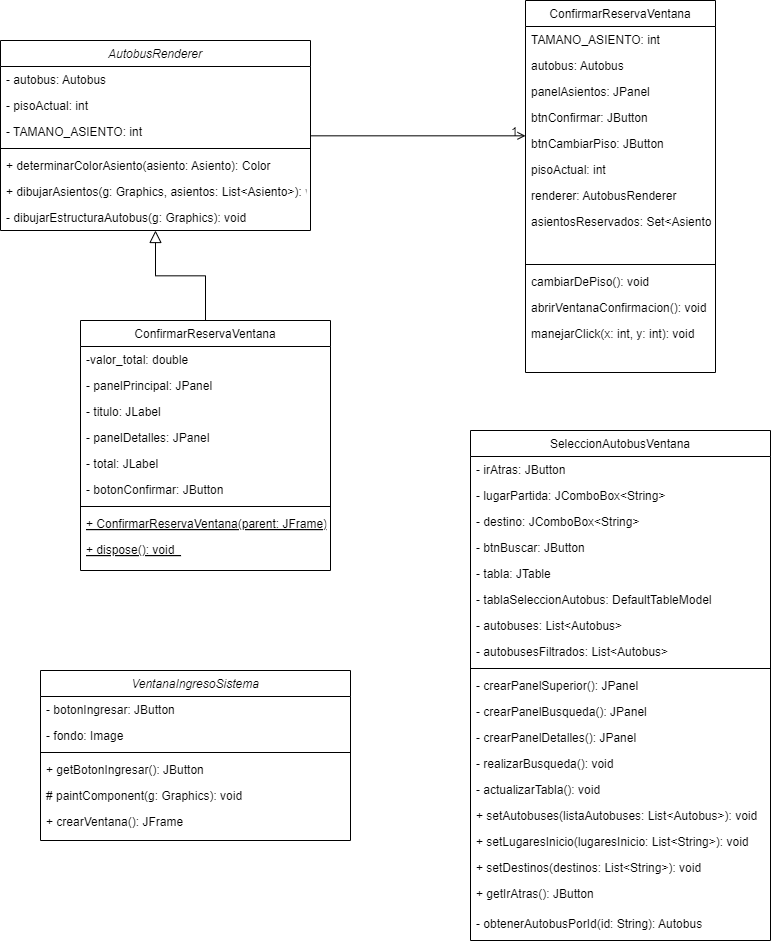
joflores02/proyectoFinalP2 keeps this draw.io diagram as Diagrama_Vista.drawio.png. Above is the earlier version. Source tidied: cells renumbered, new cells last; positions are measured from the earlier drawing's top-left corner, leaving out a move shared by most shapes.
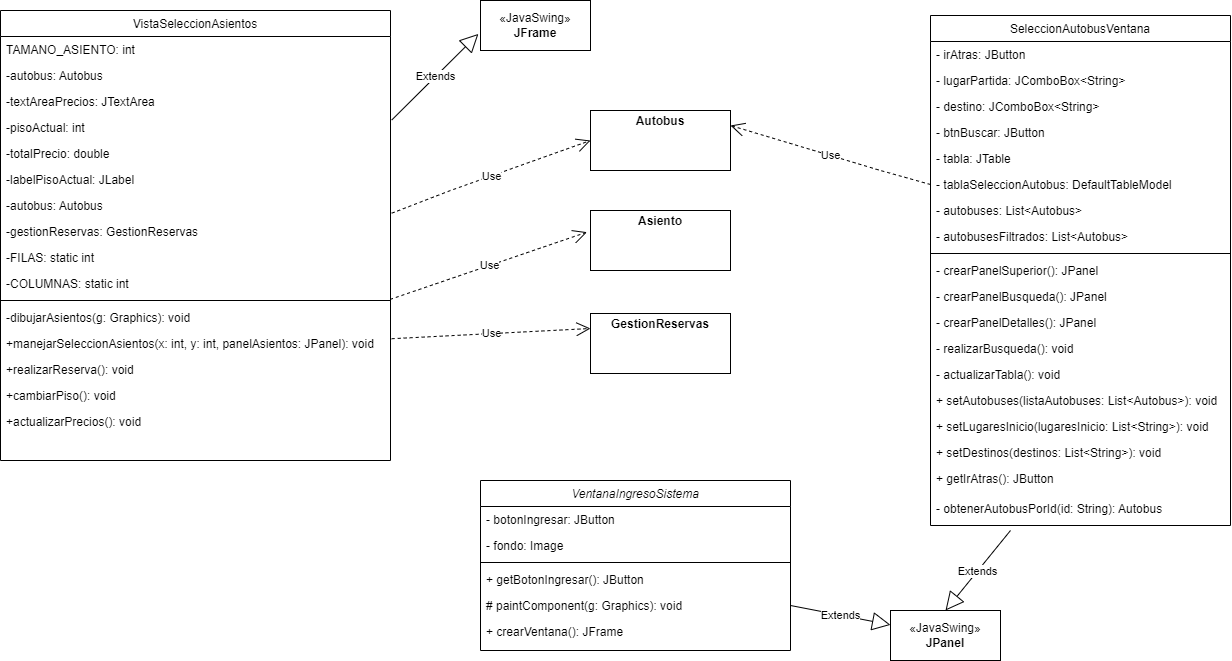
After the commit.

Commit message:
Vista_UML

Change to the diagram source:
```diff
@@ -2,120 +2,59 @@
   <root>
     <mxCell id="0" />
     <mxCell id="1" parent="0" />
-    <mxCell id="2" value="AutobusRenderer" style="swimlane;fontStyle=2;align=center;verticalAlign=top;horizontal=1;startSize=26;rounded=0;shadow=0;strokeWidth=1;" parent="1" vertex="1">
-      <mxGeometry y="40" width="310" height="190" as="geometry" />
-    </mxCell>
-    <mxCell id="3" value="- autobus: Autobus" style="text;align=left;verticalAlign=top;spacingLeft=4;spacingRight=4;overflow=hidden;" parent="2" vertex="1">
-      <mxGeometry y="26" width="310" height="26" as="geometry" />
-    </mxCell>
-    <mxCell id="4" value="- pisoActual: int" style="text;align=left;verticalAlign=top;spacingLeft=4;spacingRight=4;overflow=hidden;rounded=0;shadow=0;html=0;" parent="2" vertex="1">
-      <mxGeometry y="52" width="310" height="26" as="geometry" />
-    </mxCell>
-    <mxCell id="5" value="- TAMANO_ASIENTO: int" style="text;align=left;verticalAlign=top;spacingLeft=4;spacingRight=4;overflow=hidden;rounded=0;shadow=0;html=0;" parent="2" vertex="1">
-      <mxGeometry y="78" width="310" height="26" as="geometry" />
-    </mxCell>
-    <mxCell id="6" style="line;html=1;strokeWidth=1;align=left;verticalAlign=middle;spacingTop=-1;spacingLeft=3;spacingRight=3;labelPosition=right;" parent="2" vertex="1">
-      <mxGeometry y="104" width="310" height="8" as="geometry" />
-    </mxCell>
-    <mxCell id="7" value="+ determinarColorAsiento(asiento: Asiento): Color" style="text;align=left;verticalAlign=top;spacingLeft=4;spacingRight=4;overflow=hidden;" parent="2" vertex="1">
-      <mxGeometry y="112" width="310" height="26" as="geometry" />
-    </mxCell>
-    <mxCell id="8" value="+ dibujarAsientos(g: Graphics, asientos: List&lt;Asiento&gt;): void" style="text;align=left;verticalAlign=top;spacingLeft=4;spacingRight=4;overflow=hidden;" parent="2" vertex="1">
-      <mxGeometry y="138" width="310" height="26" as="geometry" />
-    </mxCell>
-    <mxCell id="9" value="- dibujarEstructuraAutobus(g: Graphics): void" style="text;align=left;verticalAlign=top;spacingLeft=4;spacingRight=4;overflow=hidden;" parent="2" vertex="1">
-      <mxGeometry y="164" width="310" height="26" as="geometry" />
-    </mxCell>
-    <mxCell id="10" value="ConfirmarReservaVentana" style="swimlane;fontStyle=0;align=center;verticalAlign=top;horizontal=1;startSize=26;rounded=0;shadow=0;strokeWidth=1;" parent="1" vertex="1">
-      <mxGeometry x="80" y="320" width="250" height="250" as="geometry" />
-    </mxCell>
-    <mxCell id="11" value="-valor_total: double" style="text;align=left;verticalAlign=top;spacingLeft=4;spacingRight=4;overflow=hidden;" parent="10" vertex="1">
-      <mxGeometry y="26" width="250" height="26" as="geometry" />
-    </mxCell>
-    <mxCell id="12" value="- panelPrincipal: JPanel  " style="text;align=left;verticalAlign=top;spacingLeft=4;spacingRight=4;overflow=hidden;" parent="10" vertex="1">
-      <mxGeometry y="52" width="250" height="26" as="geometry" />
-    </mxCell>
-    <mxCell id="13" value="- titulo: JLabel                            " style="text;align=left;verticalAlign=top;spacingLeft=4;spacingRight=4;overflow=hidden;" parent="10" vertex="1">
-      <mxGeometry y="78" width="250" height="26" as="geometry" />
-    </mxCell>
-    <mxCell id="14" value="- panelDetalles: JPanel " style="text;align=left;verticalAlign=top;spacingLeft=4;spacingRight=4;overflow=hidden;" parent="10" vertex="1">
-      <mxGeometry y="104" width="250" height="26" as="geometry" />
-    </mxCell>
-    <mxCell id="15" value="- total: JLabel  " style="text;align=left;verticalAlign=top;spacingLeft=4;spacingRight=4;overflow=hidden;" parent="10" vertex="1">
-      <mxGeometry y="130" width="250" height="26" as="geometry" />
-    </mxCell>
-    <mxCell id="16" value="- botonConfirmar: JButton   " style="text;align=left;verticalAlign=top;spacingLeft=4;spacingRight=4;overflow=hidden;" parent="10" vertex="1">
-      <mxGeometry y="156" width="250" height="26" as="geometry" />
-    </mxCell>
-    <mxCell id="17" style="line;html=1;strokeWidth=1;align=left;verticalAlign=middle;spacingTop=-1;spacingLeft=3;spacingRight=3;labelPosition=right;" parent="10" vertex="1">
-      <mxGeometry y="182" width="250" height="8" as="geometry" />
-    </mxCell>
-    <mxCell id="18" value="+ ConfirmarReservaVentana(parent: JFrame)  " style="text;align=left;verticalAlign=top;spacingLeft=4;spacingRight=4;overflow=hidden;fontStyle=4;" parent="10" vertex="1">
-      <mxGeometry y="190" width="250" height="26" as="geometry" />
-    </mxCell>
-    <mxCell id="19" value="+ dispose(): void  " style="text;align=left;verticalAlign=top;spacingLeft=4;spacingRight=4;overflow=hidden;fontStyle=4;" parent="10" vertex="1">
-      <mxGeometry y="216" width="250" height="26" as="geometry" />
-    </mxCell>
-    <mxCell id="20" style="endArrow=block;endSize=10;endFill=0;shadow=0;strokeWidth=1;rounded=0;curved=0;edgeStyle=elbowEdgeStyle;elbow=vertical;" parent="1" edge="1" source="10" target="2">
-      <mxGeometry relative="1" as="geometry" />
-    </mxCell>
-    <mxCell id="21" value="ConfirmarReservaVentana" style="swimlane;fontStyle=0;align=center;verticalAlign=top;horizontal=1;startSize=26;rounded=0;shadow=0;strokeWidth=1;" parent="1" vertex="1">
-      <mxGeometry x="525" width="190" height="372" as="geometry" />
+    <mxCell id="21" value="VistaSeleccionAsientos" style="swimlane;fontStyle=0;align=center;verticalAlign=top;horizontal=1;startSize=26;rounded=0;shadow=0;strokeWidth=1;" parent="1" vertex="1">
+      <mxGeometry x="70" y="30" width="390" height="450" as="geometry" />
     </mxCell>
     <mxCell id="22" value="TAMANO_ASIENTO: int" style="text;align=left;verticalAlign=top;spacingLeft=4;spacingRight=4;overflow=hidden;" parent="21" vertex="1">
-      <mxGeometry y="26" width="190" height="26" as="geometry" />
+      <mxGeometry y="26" width="390" height="26" as="geometry" />
     </mxCell>
-    <mxCell id="23" value="autobus: Autobus" style="text;align=left;verticalAlign=top;spacingLeft=4;spacingRight=4;overflow=hidden;rounded=0;shadow=0;html=0;" parent="21" vertex="1">
-      <mxGeometry y="52" width="190" height="26" as="geometry" />
+    <mxCell id="23" value="-autobus: Autobus" style="text;align=left;verticalAlign=top;spacingLeft=4;spacingRight=4;overflow=hidden;rounded=0;shadow=0;html=0;" parent="21" vertex="1">
+      <mxGeometry y="52" width="390" height="26" as="geometry" />
     </mxCell>
-    <mxCell id="24" value="panelAsientos: JPanel" style="text;align=left;verticalAlign=top;spacingLeft=4;spacingRight=4;overflow=hidden;rounded=0;shadow=0;html=0;" parent="21" vertex="1">
-      <mxGeometry y="78" width="190" height="26" as="geometry" />
+    <mxCell id="24" value="-textAreaPrecios: JTextArea" style="text;align=left;verticalAlign=top;spacingLeft=4;spacingRight=4;overflow=hidden;rounded=0;shadow=0;html=0;" parent="21" vertex="1">
+      <mxGeometry y="78" width="390" height="26" as="geometry" />
     </mxCell>
-    <mxCell id="25" value="btnConfirmar: JButton" style="text;align=left;verticalAlign=top;spacingLeft=4;spacingRight=4;overflow=hidden;rounded=0;shadow=0;html=0;" parent="21" vertex="1">
-      <mxGeometry y="104" width="190" height="26" as="geometry" />
-    </mxCell>
-    <mxCell id="26" value="btnCambiarPiso: JButton" style="text;align=left;verticalAlign=top;spacingLeft=4;spacingRight=4;overflow=hidden;rounded=0;shadow=0;html=0;" parent="21" vertex="1">
-      <mxGeometry y="130" width="190" height="26" as="geometry" />
-    </mxCell>
-    <mxCell id="27" value="pisoActual: int" style="text;align=left;verticalAlign=top;spacingLeft=4;spacingRight=4;overflow=hidden;points=[[0,0.5],[1,0.5]];portConstraint=eastwest;rounded=0;shadow=0;html=0;" parent="21" vertex="1">
-      <mxGeometry y="156" width="190" height="26" as="geometry" />
+    <mxCell id="27" value="-pisoActual: int" style="text;align=left;verticalAlign=top;spacingLeft=4;spacingRight=4;overflow=hidden;points=[[0,0.5],[1,0.5]];portConstraint=eastwest;rounded=0;shadow=0;html=0;" parent="21" vertex="1">
+      <mxGeometry y="104" width="390" height="26" as="geometry" />
     </mxCell>
-    <mxCell id="28" value="renderer: AutobusRenderer" style="text;align=left;verticalAlign=top;spacingLeft=4;spacingRight=4;overflow=hidden;rounded=0;shadow=0;html=0;" parent="21" vertex="1">
-      <mxGeometry y="182" width="190" height="26" as="geometry" />
+    <mxCell id="28" value="-totalPrecio: double" style="text;align=left;verticalAlign=top;spacingLeft=4;spacingRight=4;overflow=hidden;rounded=0;shadow=0;html=0;" parent="21" vertex="1">
+      <mxGeometry y="130" width="390" height="26" as="geometry" />
     </mxCell>
-    <mxCell id="29" value="asientosReservados: Set&lt;Asiento&gt;" style="text;align=left;verticalAlign=top;spacingLeft=4;spacingRight=4;overflow=hidden;rounded=0;shadow=0;html=0;" parent="21" vertex="1">
-      <mxGeometry y="208" width="190" height="26" as="geometry" />
+    <mxCell id="29" value="-labelPisoActual: JLabel" style="text;align=left;verticalAlign=top;spacingLeft=4;spacingRight=4;overflow=hidden;rounded=0;shadow=0;html=0;" parent="21" vertex="1">
+      <mxGeometry y="156" width="390" height="26" as="geometry" />
     </mxCell>
-    <mxCell id="30" style="text;align=left;verticalAlign=top;spacingLeft=4;spacingRight=4;overflow=hidden;points=[[0,0.5],[1,0.5]];portConstraint=eastwest;rounded=0;shadow=0;html=0;" parent="21" vertex="1">
-      <mxGeometry y="234" width="190" height="26" as="geometry" />
+    <mxCell id="30" value="-autobus: Autobus" style="text;align=left;verticalAlign=top;spacingLeft=4;spacingRight=4;overflow=hidden;points=[[0,0.5],[1,0.5]];portConstraint=eastwest;rounded=0;shadow=0;html=0;" parent="21" vertex="1">
+      <mxGeometry y="182" width="390" height="26" as="geometry" />
     </mxCell>
+    <mxCell id="65" value="-gestionReservas: GestionReservas" style="text;align=left;verticalAlign=top;spacingLeft=4;spacingRight=4;overflow=hidden;rounded=0;shadow=0;html=0;" parent="21" vertex="1">
+      <mxGeometry y="208" width="390" height="26" as="geometry" />
+    </mxCell>
+    <mxCell id="66" value="-FILAS: static int" style="text;align=left;verticalAlign=top;spacingLeft=4;spacingRight=4;overflow=hidden;rounded=0;shadow=0;html=0;" parent="21" vertex="1">
+      <mxGeometry y="234" width="390" height="26" as="geometry" />
+    </mxCell>
+    <mxCell id="67" value="-COLUMNAS: static int" style="text;align=left;verticalAlign=top;spacingLeft=4;spacingRight=4;overflow=hidden;rounded=0;shadow=0;html=0;" parent="21" vertex="1">
+      <mxGeometry y="260" width="390" height="26" as="geometry" />
+    </mxCell>
     <mxCell id="31" style="line;html=1;strokeWidth=1;align=left;verticalAlign=middle;spacingTop=-1;spacingLeft=3;spacingRight=3;labelPosition=right;points=[];portConstraint=eastwest;" parent="21" vertex="1">
-      <mxGeometry y="260" width="190" height="8" as="geometry" />
+      <mxGeometry y="286" width="390" height="8" as="geometry" />
     </mxCell>
-    <mxCell id="32" value="cambiarDePiso(): void" style="text;align=left;verticalAlign=top;spacingLeft=4;spacingRight=4;overflow=hidden;" parent="21" vertex="1">
-      <mxGeometry y="268" width="190" height="26" as="geometry" />
+    <mxCell id="32" value="-dibujarAsientos(g: Graphics): void" style="text;align=left;verticalAlign=top;spacingLeft=4;spacingRight=4;overflow=hidden;" parent="21" vertex="1">
+      <mxGeometry y="294" width="390" height="26" as="geometry" />
     </mxCell>
-    <mxCell id="33" value="abrirVentanaConfirmacion(): void" style="text;align=left;verticalAlign=top;spacingLeft=4;spacingRight=4;overflow=hidden;points=[[0,0.5],[1,0.5]];portConstraint=eastwest;" parent="21" vertex="1">
-      <mxGeometry y="294" width="190" height="26" as="geometry" />
+    <mxCell id="33" value="+manejarSeleccionAsientos(x: int, y: int, panelAsientos: JPanel): void" style="text;align=left;verticalAlign=top;spacingLeft=4;spacingRight=4;overflow=hidden;points=[[0,0.5],[1,0.5]];portConstraint=eastwest;" parent="21" vertex="1">
+      <mxGeometry y="320" width="390" height="26" as="geometry" />
     </mxCell>
-    <mxCell id="34" value="manejarClick(x: int, y: int): void" style="text;align=left;verticalAlign=top;spacingLeft=4;spacingRight=4;overflow=hidden;" parent="21" vertex="1">
-      <mxGeometry y="320" width="190" height="26" as="geometry" />
+    <mxCell id="34" value="+realizarReserva(): void" style="text;align=left;verticalAlign=top;spacingLeft=4;spacingRight=4;overflow=hidden;" parent="21" vertex="1">
+      <mxGeometry y="346" width="390" height="26" as="geometry" />
     </mxCell>
-    <mxCell id="35" style="text;align=left;verticalAlign=top;spacingLeft=4;spacingRight=4;overflow=hidden;" parent="21" vertex="1">
-      <mxGeometry y="346" width="190" height="26" as="geometry" />
+    <mxCell id="35" value="+cambiarPiso(): void" style="text;align=left;verticalAlign=top;spacingLeft=4;spacingRight=4;overflow=hidden;" parent="21" vertex="1">
+      <mxGeometry y="372" width="390" height="26" as="geometry" />
     </mxCell>
-    <mxCell id="36" style="endArrow=open;shadow=0;strokeWidth=1;rounded=0;curved=0;endFill=1;edgeStyle=elbowEdgeStyle;elbow=vertical;" parent="1" edge="1" source="2" target="21">
-      <mxGeometry x="0.5" y="41" relative="1" as="geometry">
-        <mxPoint x="-40" y="32" as="offset" />
-      </mxGeometry>
-    </mxCell>
-    <mxCell id="37" value="1" style="align=right;verticalAlign=bottom;labelBackgroundColor=none;fontSize=12;" parent="36" vertex="1">
-      <mxGeometry x="1" relative="1" as="geometry">
-        <mxPoint x="-7" y="4" as="offset" />
-      </mxGeometry>
-    </mxCell>
+    <mxCell id="68" value="+actualizarPrecios(): void" style="text;align=left;verticalAlign=top;spacingLeft=4;spacingRight=4;overflow=hidden;" parent="21" vertex="1">
+      <mxGeometry y="398" width="390" height="26" as="geometry" />
+    </mxCell>
     <mxCell id="38" value=" SeleccionAutobusVentana" style="swimlane;fontStyle=0;align=center;verticalAlign=top;horizontal=1;startSize=26;rounded=0;shadow=0;strokeWidth=1;" parent="1" vertex="1">
-      <mxGeometry x="470" y="430" width="300" height="510" as="geometry" />
+      <mxGeometry x="1000" y="35" width="300" height="510" as="geometry" />
     </mxCell>
     <mxCell id="39" value="- irAtras: JButton" style="text;align=left;verticalAlign=top;spacingLeft=4;spacingRight=4;overflow=hidden;" parent="38" vertex="1">
       <mxGeometry y="26" width="300" height="26" as="geometry" />
@@ -175,7 +114,7 @@
       <mxGeometry y="480" width="300" height="30" as="geometry" />
     </mxCell>
     <mxCell id="58" value="VentanaIngresoSistema" style="swimlane;fontStyle=2;align=center;verticalAlign=top;horizontal=1;startSize=26;rounded=0;shadow=0;strokeWidth=1;" parent="1" vertex="1">
-      <mxGeometry x="40" y="670" width="310" height="170" as="geometry" />
+      <mxGeometry x="550" y="500" width="310" height="170" as="geometry" />
     </mxCell>
     <mxCell id="59" value="- botonIngresar: JButton" style="text;align=left;verticalAlign=top;spacingLeft=4;spacingRight=4;overflow=hidden;" parent="58" vertex="1">
       <mxGeometry y="26" width="310" height="26" as="geometry" />
@@ -195,5 +134,51 @@
     <mxCell id="64" value="+ crearVentana(): JFrame" style="text;align=left;verticalAlign=top;spacingLeft=4;spacingRight=4;overflow=hidden;" parent="58" vertex="1">
       <mxGeometry y="138" width="310" height="26" as="geometry" />
     </mxCell>
+    <mxCell id="69" value="«JavaSwing»&lt;br&gt;&lt;b&gt;JFrame&lt;/b&gt;" style="html=1;whiteSpace=wrap;" parent="1" vertex="1">
+      <mxGeometry x="550" y="20" width="110" height="50" as="geometry" />
+    </mxCell>
+    <mxCell id="70" value="Use" style="endArrow=open;endSize=12;dashed=1;html=1;rounded=0;exitX=1.003;exitY=0.796;exitDx=0;exitDy=0;exitPerimeter=0;entryX=0;entryY=0.5;entryDx=0;entryDy=0;" parent="1" edge="1" source="30" target="71">
+      <mxGeometry relative="1" as="geometry">
+        <Array as="points">
+          <mxPoint x="520" y="210" />
+        </Array>
+      </mxGeometry>
+    </mxCell>
+    <mxCell id="71" value="&lt;p style=&quot;margin:0px;margin-top:4px;text-align:center;&quot;&gt;&lt;b&gt;Autobus&lt;/b&gt;&lt;/p&gt;" style="verticalAlign=top;align=left;overflow=fill;html=1;whiteSpace=wrap;" parent="1" vertex="1">
+      <mxGeometry x="660" y="130" width="140" height="60" as="geometry" />
+    </mxCell>
+    <mxCell id="72" value="&lt;p style=&quot;margin:0px;margin-top:4px;text-align:center;&quot;&gt;&lt;b&gt;Asiento&lt;/b&gt;&lt;/p&gt;" style="verticalAlign=top;align=left;overflow=fill;html=1;whiteSpace=wrap;" parent="1" vertex="1">
+      <mxGeometry x="660" y="230" width="140" height="60" as="geometry" />
+    </mxCell>
+    <mxCell id="73" value="Use" style="endArrow=open;endSize=12;dashed=1;html=1;rounded=0;exitX=0.999;exitY=0.362;exitDx=0;exitDy=0;exitPerimeter=0;entryX=-0.025;entryY=0.361;entryDx=0;entryDy=0;entryPerimeter=0;" parent="1" edge="1" source="31" target="72">
+      <mxGeometry relative="1" as="geometry" />
+    </mxCell>
+    <mxCell id="74" value="&lt;p style=&quot;margin:0px;margin-top:4px;text-align:center;&quot;&gt;&lt;b&gt;GestionReservas&lt;/b&gt;&lt;/p&gt;" style="verticalAlign=top;align=left;overflow=fill;html=1;whiteSpace=wrap;" parent="1" vertex="1">
+      <mxGeometry x="660" y="333" width="140" height="60" as="geometry" />
+    </mxCell>
+    <mxCell id="75" value="Use" style="endArrow=open;endSize=12;dashed=1;html=1;rounded=0;exitX=1.003;exitY=0.316;exitDx=0;exitDy=0;exitPerimeter=0;entryX=0;entryY=0.25;entryDx=0;entryDy=0;" parent="1" edge="1" source="33" target="74">
+      <mxGeometry relative="1" as="geometry" />
+    </mxCell>
+    <mxCell id="76" value="Use" style="endArrow=open;endSize=12;dashed=1;html=1;rounded=0;exitX=0;exitY=0.5;exitDx=0;exitDy=0;entryX=1;entryY=0.25;entryDx=0;entryDy=0;" parent="1" edge="1" source="44" target="71">
+      <mxGeometry relative="1" as="geometry">
+        <Array as="points">
+          <mxPoint x="950" y="190" />
+        </Array>
+      </mxGeometry>
+    </mxCell>
+    <mxCell id="77" value="Extends" style="endArrow=block;endSize=16;endFill=0;html=1;rounded=0;exitX=1.003;exitY=0.215;exitDx=0;exitDy=0;exitPerimeter=0;entryX=-0.019;entryY=0.668;entryDx=0;entryDy=0;entryPerimeter=0;" parent="1" edge="1" source="27" target="69">
+      <mxGeometry relative="1" as="geometry" />
+    </mxCell>
+    <mxCell id="78" value="Extends" style="endArrow=block;endSize=16;endFill=0;html=1;rounded=0;exitX=1;exitY=0.5;exitDx=0;exitDy=0;" parent="1" edge="1" source="63" target="79">
+      <mxGeometry relative="1" as="geometry" />
+    </mxCell>
+    <mxCell id="79" value="«JavaSwing»&lt;br&gt;&lt;b&gt;JPanel&lt;/b&gt;" style="html=1;whiteSpace=wrap;" parent="1" vertex="1">
+      <mxGeometry x="960" y="630" width="110" height="50" as="geometry" />
+    </mxCell>
+    <mxCell id="80" value="Extends" style="endArrow=block;endSize=16;endFill=0;html=1;rounded=0;entryX=0.5;entryY=0;entryDx=0;entryDy=0;" parent="1" edge="1" target="79">
+      <mxGeometry relative="1" as="geometry">
+        <mxPoint x="1080" y="550" as="sourcePoint" />
+      </mxGeometry>
+    </mxCell>
   </root>
 </mxGraphModel>
```
